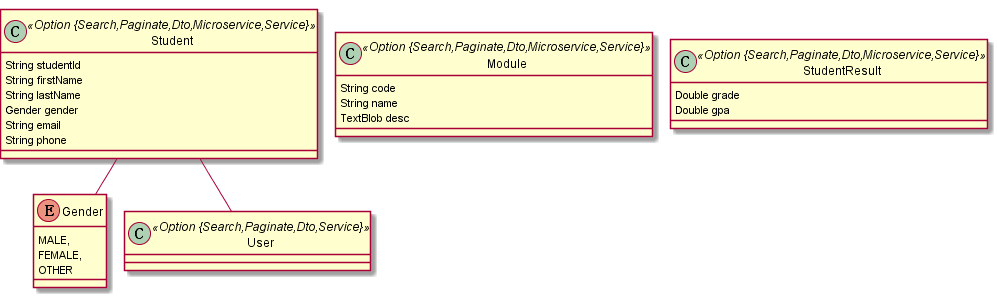
skarlet-witcher/student-record-system keeps this PlantUML diagram as project.png. Above is the earlier version.
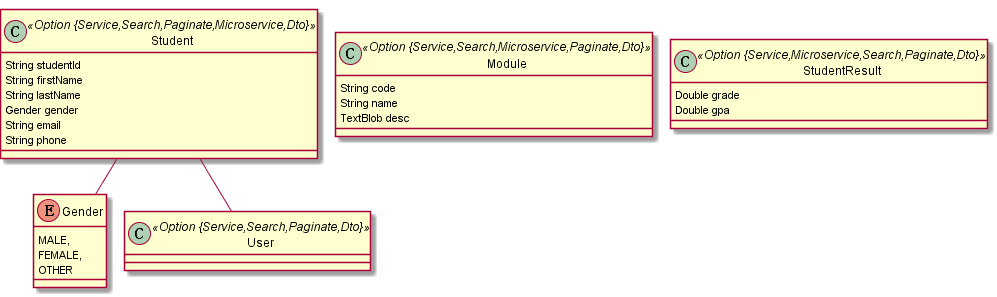
The same diagram one commit later.

The edit, as a diff of the source:
```diff
@@ -1,7 +1,7 @@
 @startuml
 	!pragma graphviz_dot jdot
 	!pragma syntax class
-	class Student <<Option {Search,Paginate,Dto,Microservice,Service}>> {
+	class Student <<Option {Service,Search,Paginate,Microservice,Dto}>> {
 		String studentId
 		String firstName
 		String lastName
@@ -15,16 +15,16 @@
 		FEMALE,
 		OTHER
 	}
-	class Module <<Option {Search,Paginate,Dto,Microservice,Service}>> {
+	class Module <<Option {Service,Search,Microservice,Paginate,Dto}>> {
 		String code
 		String name
 		TextBlob desc
 	}
-	class StudentResult <<Option {Search,Paginate,Dto,Microservice,Service}>> {
+	class StudentResult <<Option {Service,Microservice,Search,Paginate,Dto}>> {
 		Double grade
 		Double gpa
 	}
 	Student  "username(login) 0..1 " -- "0..1 "  User
-	class User <<Option {Search,Paginate,Dto,Service}>> {
+	class User <<Option {Service,Search,Paginate,Dto}>> {
 	}
 @enduml
```
